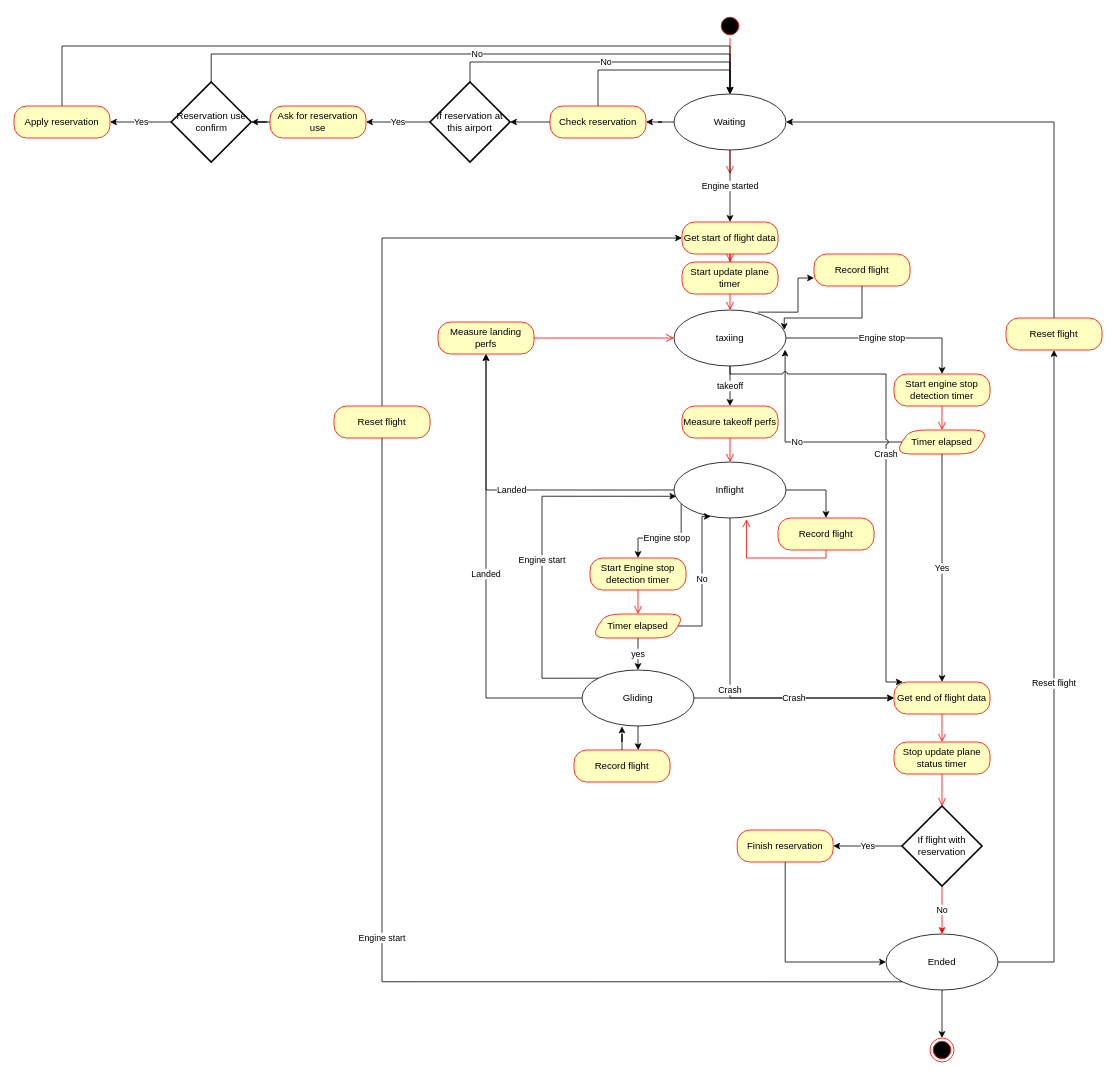
The draw.io diagram plugins/FlightRecPlugin/Acars.drawio in Skall34/SimAddon, before the edit. Source tidied: cells renumbered, new cells numbered last; positions are measured from the earlier drawing's top-left corner, leaving out a move shared by most shapes. Both pictures are drawn from the tidied source at 80%, with x=0, y=0 at pixel (14, 14).
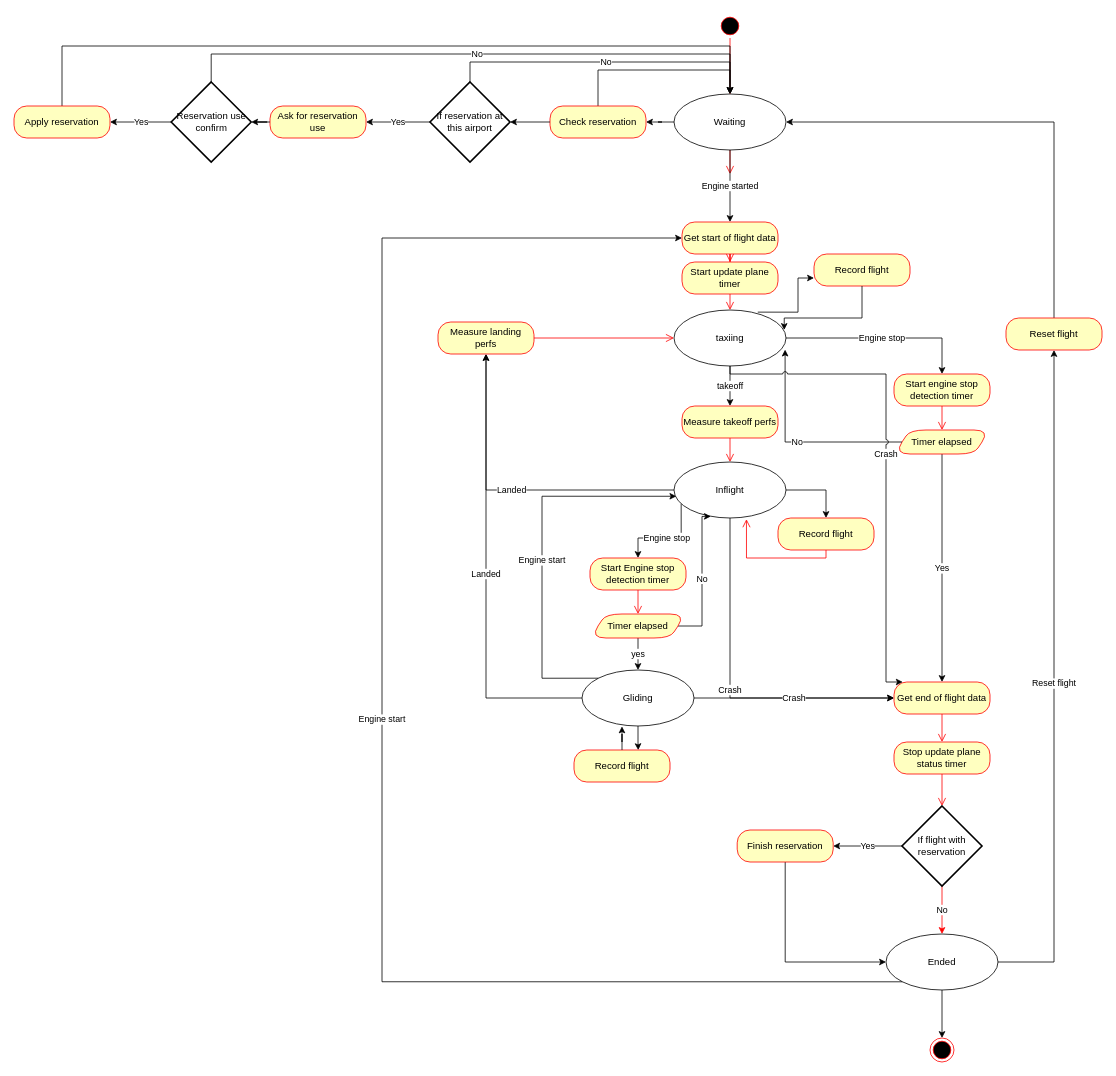
After the change.

Commit message (it also covers changes not shown here):
corrections et tests quand on lance l'acars avec les moteurs allumés

The change refers to these unchanged cells:
```xml
<mxCell id="19" value="Get start of flight data" style="rounded=1;whiteSpace=wrap;html=1;arcSize=40;fontColor=#000000;fillColor=#ffffc0;strokeColor=#ff0000;" parent="1" vertex="1">
  <mxGeometry x="835" y="260" width="120" height="40" as="geometry" />
</mxCell>
<mxCell id="44" value="Ended" style="ellipse;whiteSpace=wrap;html=1;" parent="1" vertex="1">
  <mxGeometry x="1090" y="1150" width="140" height="70" as="geometry" />
</mxCell>
```

What changed in the source:
```diff
@@
-    <mxCell id="43" style="edgeStyle=orthogonalEdgeStyle;rounded=0;jettySize=auto;html=1;entryX=0;entryY=0.5;entryDx=0;entryDy=0;exitX=0.5;exitY=0;exitDx=0;exitDy=0;" parent="1" edge="1" source="74" target="19">
-      <mxGeometry relative="1" as="geometry">
-        <Array as="points">
-          <mxPoint x="460" y="280" />
-        </Array>
-      </mxGeometry>
-    </mxCell>
@@
-    <mxCell id="73" value="Engine start" style="edgeStyle=orthogonalEdgeStyle;rounded=0;jettySize=auto;html=1;entryX=0;entryY=0.5;entryDx=0;entryDy=0;exitX=0;exitY=1;exitDx=0;exitDy=0;" parent="1" edge="1" source="44" target="74">
+    <mxCell id="73" value="Engine start" style="edgeStyle=orthogonalEdgeStyle;rounded=0;jettySize=auto;html=1;entryX=0;entryY=0.5;entryDx=0;entryDy=0;exitX=0;exitY=1;exitDx=0;exitDy=0;" parent="1" edge="1" source="44" target="19">
       <mxGeometry relative="1" as="geometry">
         <Array as="points">
           <mxPoint x="460" y="1210" />
+          <mxPoint x="460" y="280" />
         </Array>
       </mxGeometry>
     </mxCell>
-    <mxCell id="74" value="Reset flight" style="rounded=1;whiteSpace=wrap;html=1;arcSize=40;fontColor=#000000;fillColor=#ffffc0;strokeColor=#ff0000;" parent="1" vertex="1">
-      <mxGeometry x="400" y="490" width="120" height="40" as="geometry" />
-    </mxCell>
```
